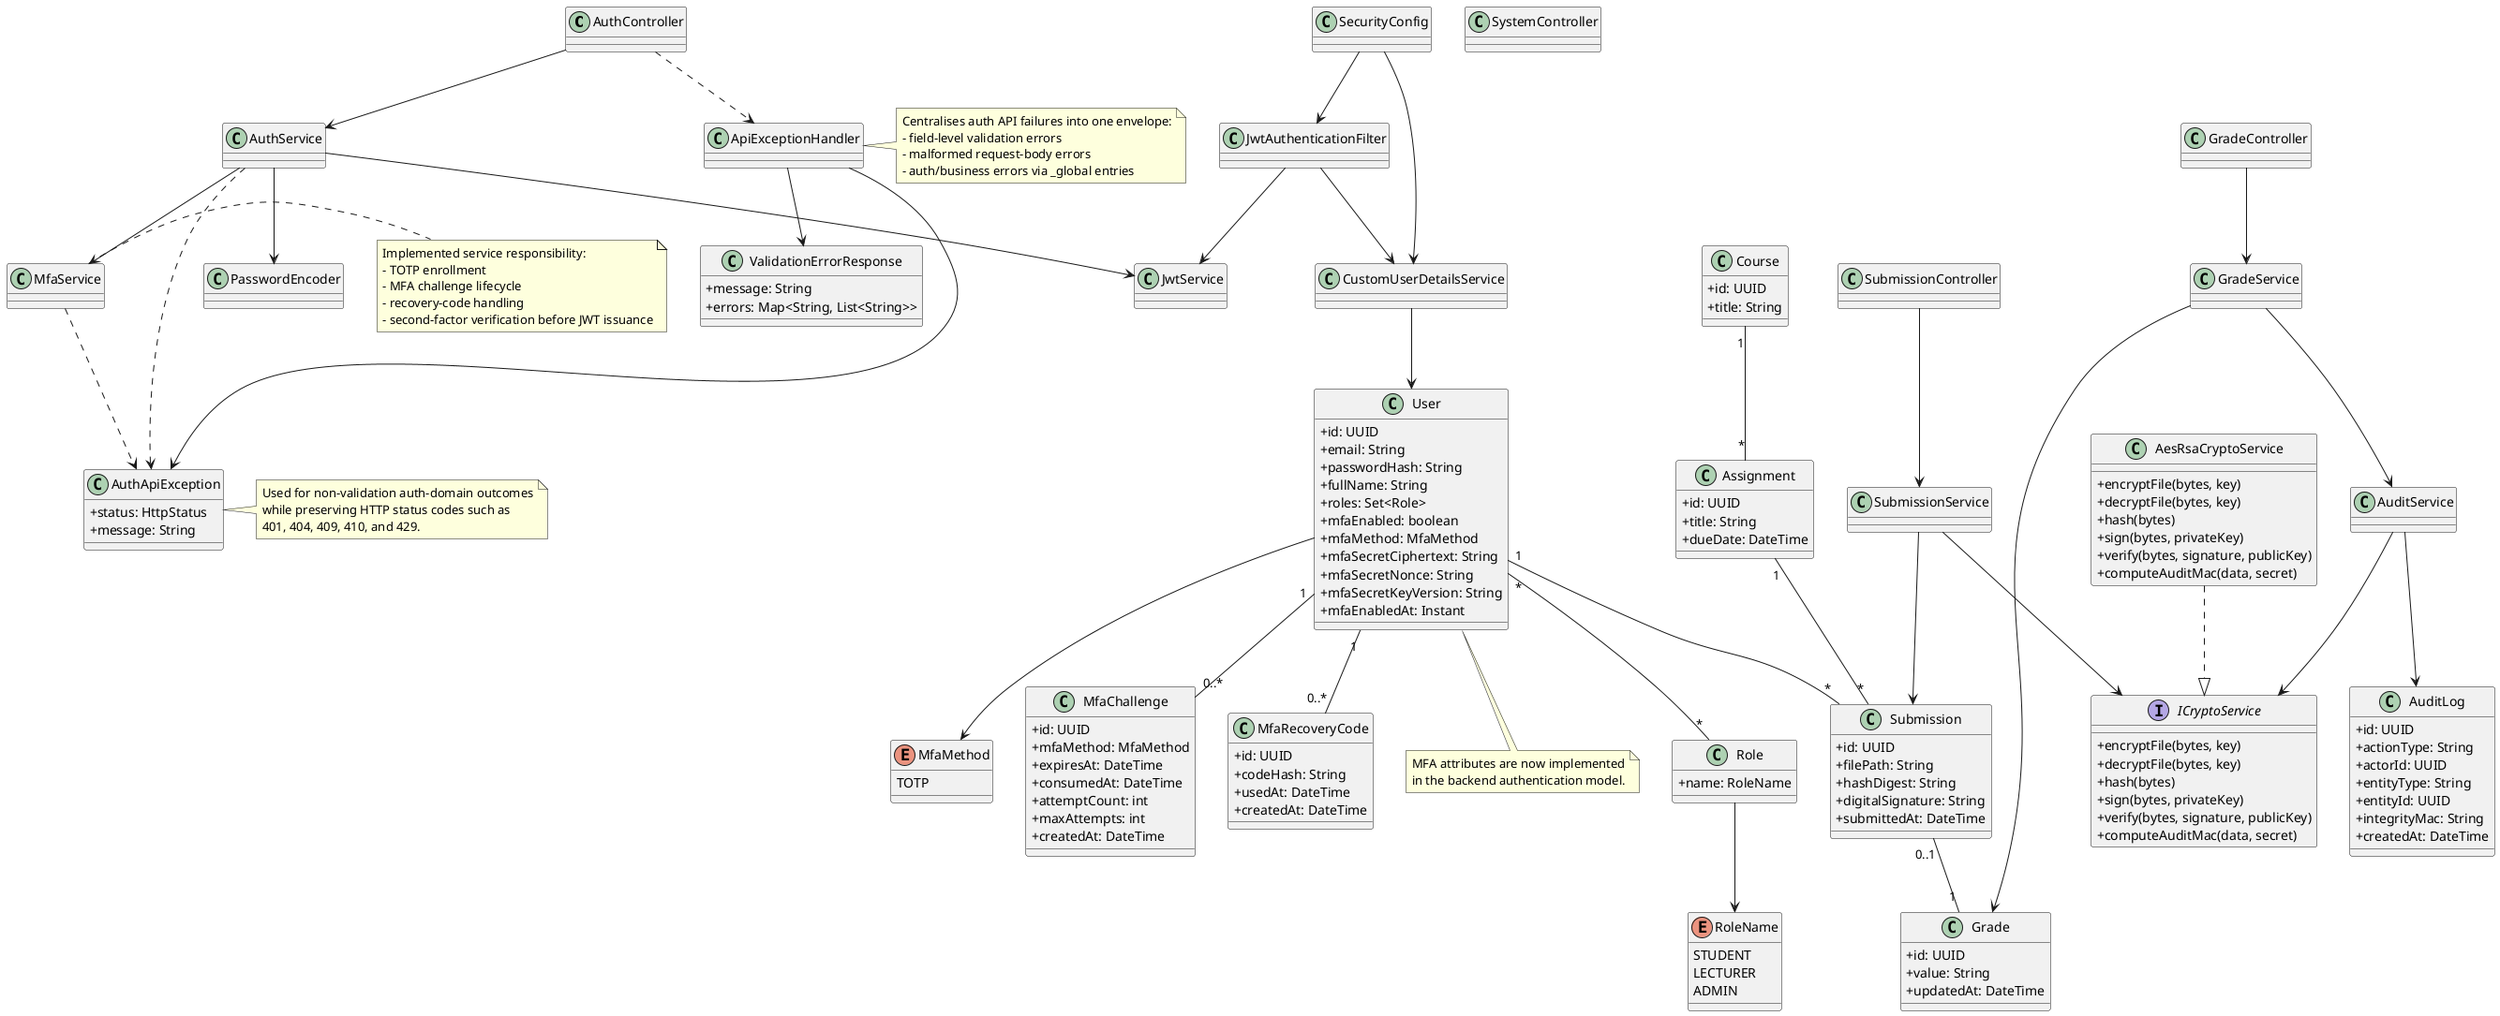
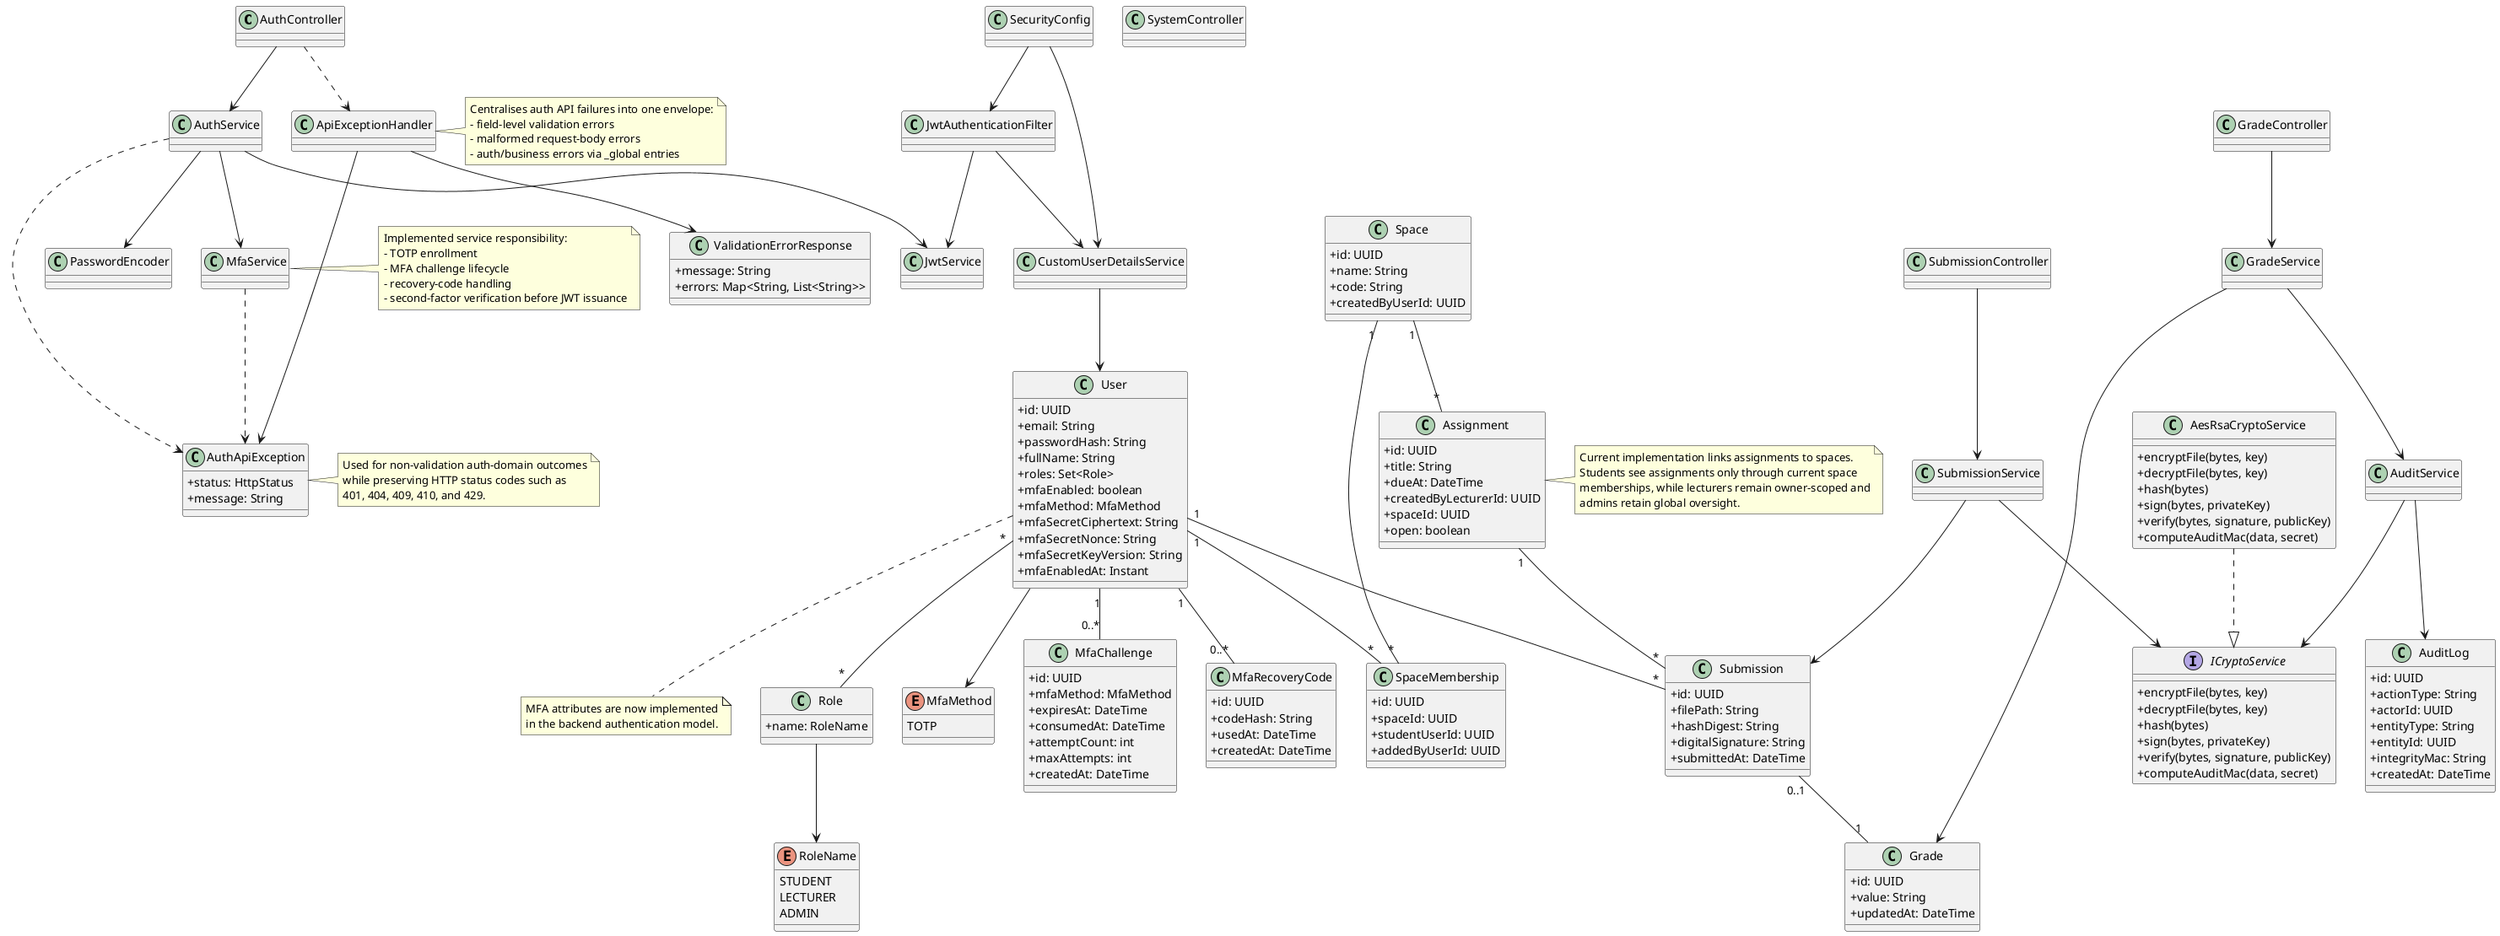
@startuml
skinparam classAttributeIconSize 0

class AuthController
class ApiExceptionHandler
class SystemController
class SubmissionController
class GradeController

class AuthService
class MfaService
class SubmissionService
class GradeService
class AuditService
class AuthApiException {
  +status: HttpStatus
  +message: String
}

interface ICryptoService {
  +encryptFile(bytes, key)
  +decryptFile(bytes, key)
  +hash(bytes)
  +sign(bytes, privateKey)
  +verify(bytes, signature, publicKey)
  +computeAuditMac(data, secret)
}

class AesRsaCryptoService {
  +encryptFile(bytes, key)
  +decryptFile(bytes, key)
  +hash(bytes)
  +sign(bytes, privateKey)
  +verify(bytes, signature, publicKey)
  +computeAuditMac(data, secret)
}

class JwtService
class JwtAuthenticationFilter
class CustomUserDetailsService
class SecurityConfig
class PasswordEncoder

class ValidationErrorResponse {
  +message: String
  +errors: Map<String, List<String>>
}

class User {
  +id: UUID
  +email: String
  +passwordHash: String
  +fullName: String
  +roles: Set<Role>
  +mfaEnabled: boolean
  +mfaMethod: MfaMethod
  +mfaSecretCiphertext: String
  +mfaSecretNonce: String
  +mfaSecretKeyVersion: String
  +mfaEnabledAt: Instant
}

class Role {
  +name: RoleName
}

enum RoleName {
  STUDENT
  LECTURER
  ADMIN
}

enum MfaMethod {
  TOTP
}

class MfaChallenge {
  +id: UUID
  +mfaMethod: MfaMethod
  +expiresAt: DateTime
  +consumedAt: DateTime
  +attemptCount: int
  +maxAttempts: int
  +createdAt: DateTime
}

class MfaRecoveryCode {
  +id: UUID
  +codeHash: String
  +usedAt: DateTime
  +createdAt: DateTime
}

- class Course {
+ class Space {
+   +id: UUID
+   +name: String
+   +code: String
+   +createdByUserId: UUID
+ }
+ 
+ class SpaceMembership {
+   +id: UUID
+   +spaceId: UUID
+   +studentUserId: UUID
+   +addedByUserId: UUID
+ }
+ 
+ class Assignment {
  +id: UUID
  +title: String
- }
- 
- class Assignment {
-   +id: UUID
-   +title: String
-   +dueDate: DateTime
+   +dueAt: DateTime
+   +createdByLecturerId: UUID
+   +spaceId: UUID
+   +open: boolean
}

class Submission {
  +id: UUID
  +filePath: String
  +hashDigest: String
  +digitalSignature: String
  +submittedAt: DateTime
}

class Grade {
  +id: UUID
  +value: String
  +updatedAt: DateTime
}

class AuditLog {
  +id: UUID
  +actionType: String
  +actorId: UUID
  +entityType: String
  +entityId: UUID
  +integrityMac: String
  +createdAt: DateTime
}

AuthController --> AuthService
AuthController ..> ApiExceptionHandler
SubmissionController --> SubmissionService
GradeController --> GradeService

ApiExceptionHandler --> ValidationErrorResponse
ApiExceptionHandler --> AuthApiException
AuthService --> MfaService
AuthService ..> AuthApiException
MfaService ..> AuthApiException
SubmissionService --> ICryptoService
GradeService --> AuditService
AuditService --> ICryptoService
AuthService --> JwtService
AuthService --> PasswordEncoder
SecurityConfig --> JwtAuthenticationFilter
SecurityConfig --> CustomUserDetailsService
CustomUserDetailsService --> User
JwtAuthenticationFilter --> JwtService
JwtAuthenticationFilter --> CustomUserDetailsService

AesRsaCryptoService ..|> ICryptoService

User "*" -- "*" Role
User --> MfaMethod
User "1" -- "0..*" MfaChallenge
User "1" -- "0..*" MfaRecoveryCode
Role --> RoleName
- Course "1" -- "*" Assignment
+ Space "1" -- "*" Assignment
+ Space "1" -- "*" SpaceMembership
+ User "1" -- "*" SpaceMembership
User "1" -- "*" Submission
Assignment "1" -- "*" Submission
Submission "0..1" -- "1" Grade
GradeService --> Grade
SubmissionService --> Submission
AuditService --> AuditLog

note bottom of User
  MFA attributes are now implemented
  in the backend authentication model.
end note

note right of MfaService
  Implemented service responsibility:
  - TOTP enrollment
  - MFA challenge lifecycle
  - recovery-code handling
  - second-factor verification before JWT issuance
end note

note right of ApiExceptionHandler
  Centralises auth API failures into one envelope:
  - field-level validation errors
  - malformed request-body errors
  - auth/business errors via _global entries
end note

note right of AuthApiException
  Used for non-validation auth-domain outcomes
  while preserving HTTP status codes such as
  401, 404, 409, 410, and 429.
end note
+ 
+ note right of Assignment
+ Current implementation links assignments to spaces.
+ Students see assignments only through current space
+ memberships, while lecturers remain owner-scoped and
+ admins retain global oversight.
+ end note
@enduml

